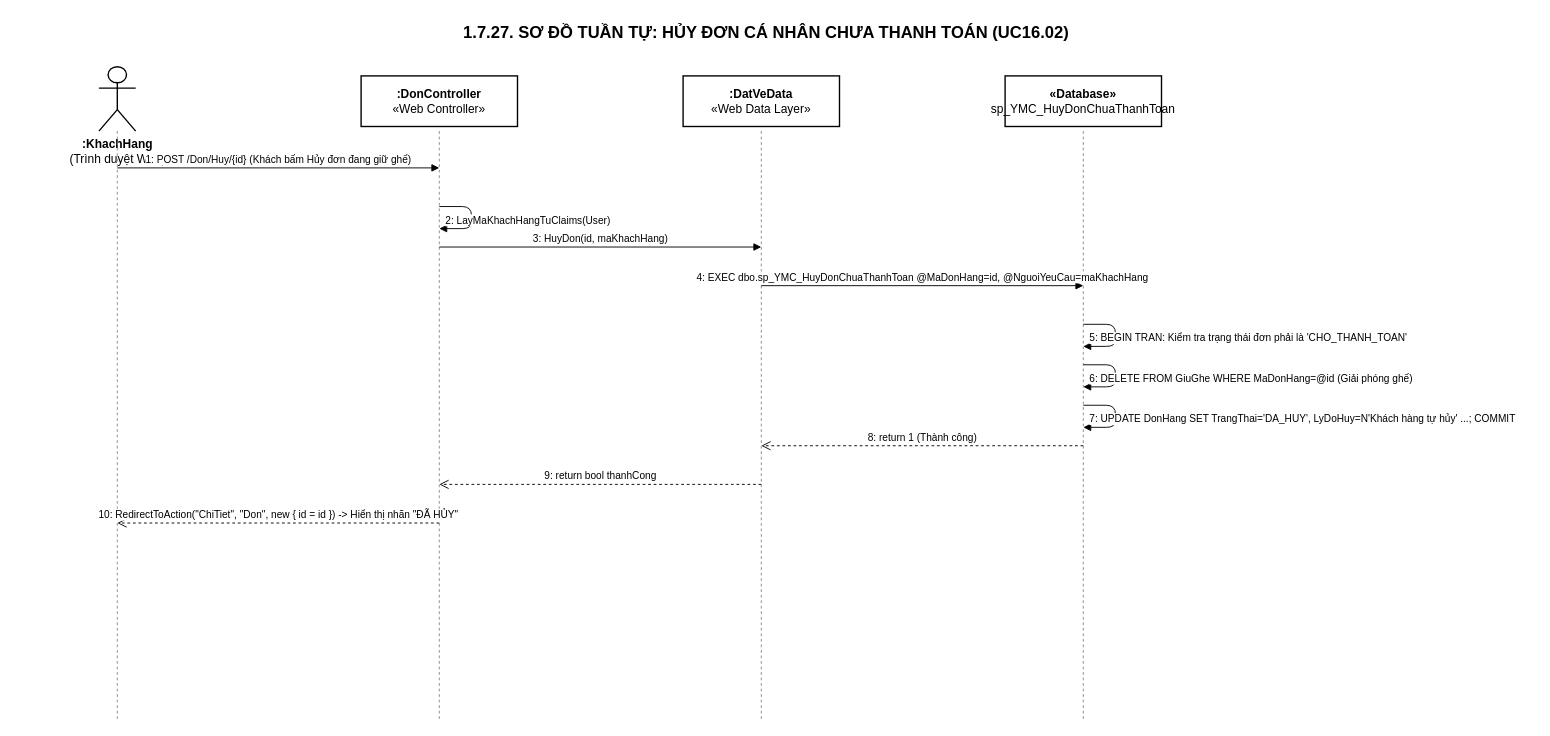
ThanhDat-png/YeuMinhEmCinema keeps this draw.io diagram as Docs/Diagrams/23-Sequence-27-HuyDonWeb.drawio. Above is the earlier version. Source tidied: cells renumbered, new cells numbered last; positions are measured from the earlier drawing's top-left corner, leaving out a move shared by most shapes. Both pictures are drawn from the tidied source at 92%, with x=0, y=0 at pixel (16, 16).
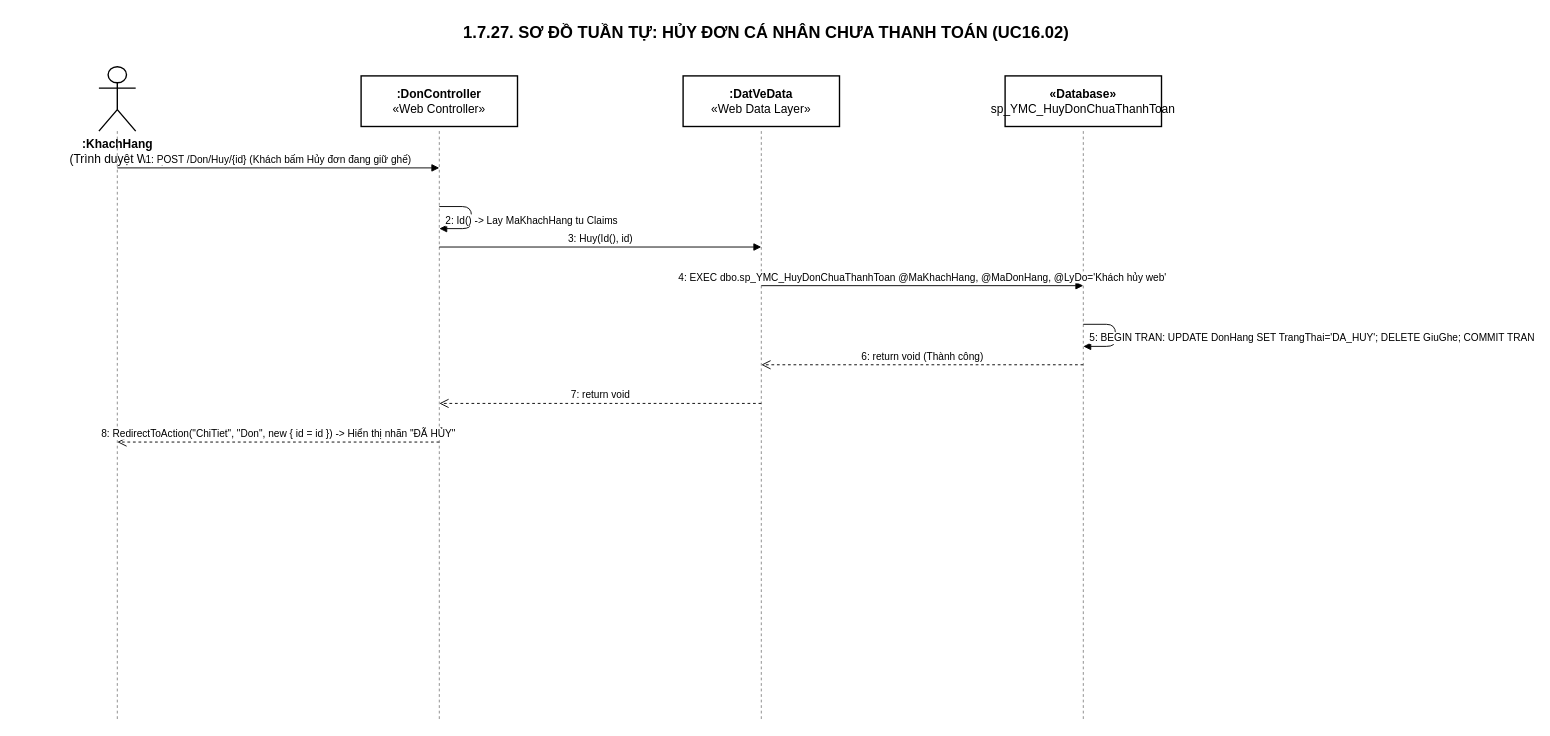
Above is the later version.

What changed in the source:
```diff
@@
-    <mxCell id="12" value="2: LayMaKhachHangTuClaims(User)" style="edgeStyle=orthogonalEdgeStyle;html=1;align=left;spacingLeft=5;verticalAlign=bottom;endArrow=block;strokeColor=#000000;fontFamily=Arial;fontSize=11;fontColor=#000000;" parent="1" edge="1">
+    <mxCell id="12" value="2: Id() -&gt; Lay MaKhachHang tu Claims" style="edgeStyle=orthogonalEdgeStyle;html=1;align=left;spacingLeft=5;verticalAlign=bottom;endArrow=block;strokeColor=#000000;fontFamily=Arial;fontSize=11;fontColor=#000000;" parent="1" edge="1">
       <mxGeometry x="1" relative="1" as="geometry">
         <mxPoint x="460" y="207" as="sourcePoint" />
         <mxPoint x="460" y="231" as="targetPoint" />
         <Array as="points">
           <mxPoint x="495" y="207" />
           <mxPoint x="495" y="231" />
         </Array>
       </mxGeometry>
     </mxCell>
-    <mxCell id="13" value="3: HuyDon(id, maKhachHang)" style="html=1;verticalAlign=bottom;endArrow=block;strokeColor=#000000;fontFamily=Arial;fontSize=11;fontColor=#000000;" parent="1" edge="1">
+    <mxCell id="13" value="3: Huy(Id(), id)" style="html=1;verticalAlign=bottom;endArrow=block;strokeColor=#000000;fontFamily=Arial;fontSize=11;fontColor=#000000;" parent="1" edge="1">
       <mxGeometry relative="1" as="geometry">
         <mxPoint x="460" y="251" as="sourcePoint" />
         <mxPoint x="810" y="251" as="targetPoint" />
       </mxGeometry>
     </mxCell>
-    <mxCell id="14" value="4: EXEC dbo.sp_YMC_HuyDonChuaThanhToan @MaDonHang=id, @NguoiYeuCau=maKhachHang" style="html=1;verticalAlign=bottom;endArrow=block;strokeColor=#000000;fontFamily=Arial;fontSize=11;fontColor=#000000;" parent="1" edge="1">
+    <mxCell id="14" value="4: EXEC dbo.sp_YMC_HuyDonChuaThanhToan @MaKhachHang, @MaDonHang, @LyDo='Khách hủy web'" style="html=1;verticalAlign=bottom;endArrow=block;strokeColor=#000000;fontFamily=Arial;fontSize=11;fontColor=#000000;" parent="1" edge="1">
       <mxGeometry relative="1" as="geometry">
         <mxPoint x="810" y="293" as="sourcePoint" />
         <mxPoint x="1160" y="293" as="targetPoint" />
       </mxGeometry>
     </mxCell>
-    <mxCell id="15" value="5: BEGIN TRAN: Kiểm tra trạng thái đơn phải là 'CHO_THANH_TOAN'" style="edgeStyle=orthogonalEdgeStyle;html=1;align=left;spacingLeft=5;verticalAlign=bottom;endArrow=block;strokeColor=#000000;fontFamily=Arial;fontSize=11;fontColor=#000000;" parent="1" edge="1">
+    <mxCell id="15" value="5: BEGIN TRAN: UPDATE DonHang SET TrangThai='DA_HUY'; DELETE GiuGhe; COMMIT TRAN" style="edgeStyle=orthogonalEdgeStyle;html=1;align=left;spacingLeft=5;verticalAlign=bottom;endArrow=block;strokeColor=#000000;fontFamily=Arial;fontSize=11;fontColor=#000000;" parent="1" edge="1">
       <mxGeometry x="1" relative="1" as="geometry">
         <mxPoint x="1160" y="335" as="sourcePoint" />
         <mxPoint x="1160" y="359" as="targetPoint" />
         <Array as="points">
           <mxPoint x="1195" y="335" />
           <mxPoint x="1195" y="359" />
         </Array>
       </mxGeometry>
     </mxCell>
-    <mxCell id="16" value="6: DELETE FROM GiuGhe WHERE MaDonHang=@id (Giải phóng ghế)" style="edgeStyle=orthogonalEdgeStyle;html=1;align=left;spacingLeft=5;verticalAlign=bottom;endArrow=block;strokeColor=#000000;fontFamily=Arial;fontSize=11;fontColor=#000000;" parent="1" edge="1">
-      <mxGeometry x="1" relative="1" as="geometry">
+    <mxCell id="16" value="6: return void (Thành công)" style="html=1;verticalAlign=bottom;endArrow=open;dashed=1;endSize=8;strokeColor=#000000;fontFamily=Arial;fontSize=11;fontColor=#000000;" parent="1" edge="1">
+      <mxGeometry relative="1" as="geometry">
         <mxPoint x="1160" y="379" as="sourcePoint" />
-        <mxPoint x="1160" y="403" as="targetPoint" />
-        <Array as="points">
-          <mxPoint x="1195" y="379" />
-          <mxPoint x="1195" y="403" />
-        </Array>
+        <mxPoint x="810" y="379" as="targetPoint" />
       </mxGeometry>
     </mxCell>
-    <mxCell id="17" value="7: UPDATE DonHang SET TrangThai='DA_HUY', LyDoHuy=N'Khách hàng tự hủy' ...; COMMIT" style="edgeStyle=orthogonalEdgeStyle;html=1;align=left;spacingLeft=5;verticalAlign=bottom;endArrow=block;strokeColor=#000000;fontFamily=Arial;fontSize=11;fontColor=#000000;" parent="1" edge="1">
-      <mxGeometry x="1" relative="1" as="geometry">
-        <mxPoint x="1160" y="423" as="sourcePoint" />
-        <mxPoint x="1160" y="447" as="targetPoint" />
-        <Array as="points">
-          <mxPoint x="1195" y="423" />
-          <mxPoint x="1195" y="447" />
-        </Array>
+    <mxCell id="17" value="7: return void" style="html=1;verticalAlign=bottom;endArrow=open;dashed=1;endSize=8;strokeColor=#000000;fontFamily=Arial;fontSize=11;fontColor=#000000;" parent="1" edge="1">
+      <mxGeometry relative="1" as="geometry">
+        <mxPoint x="810" y="421" as="sourcePoint" />
+        <mxPoint x="460" y="421" as="targetPoint" />
       </mxGeometry>
     </mxCell>
-    <mxCell id="18" value="8: return 1 (Thành công)" style="html=1;verticalAlign=bottom;endArrow=open;dashed=1;endSize=8;strokeColor=#000000;fontFamily=Arial;fontSize=11;fontColor=#000000;" parent="1" edge="1">
+    <mxCell id="18" value="8: RedirectToAction(&quot;ChiTiet&quot;, &quot;Don&quot;, new { id = id }) -&gt; Hiển thị nhãn &quot;ĐÃ HỦY&quot;" style="html=1;verticalAlign=bottom;endArrow=open;dashed=1;endSize=8;strokeColor=#000000;fontFamily=Arial;fontSize=11;fontColor=#000000;" parent="1" edge="1">
       <mxGeometry relative="1" as="geometry">
-        <mxPoint x="1160" y="467" as="sourcePoint" />
-        <mxPoint x="810" y="467" as="targetPoint" />
+        <mxPoint x="460" y="463" as="sourcePoint" />
+        <mxPoint x="110" y="463" as="targetPoint" />
       </mxGeometry>
     </mxCell>
-    <mxCell id="19" value="9: return bool thanhCong" style="html=1;verticalAlign=bottom;endArrow=open;dashed=1;endSize=8;strokeColor=#000000;fontFamily=Arial;fontSize=11;fontColor=#000000;" parent="1" edge="1">
-      <mxGeometry relative="1" as="geometry">
-        <mxPoint x="810" y="509" as="sourcePoint" />
-        <mxPoint x="460" y="509" as="targetPoint" />
-      </mxGeometry>
-    </mxCell>
-    <mxCell id="20" value="10: RedirectToAction(&quot;ChiTiet&quot;, &quot;Don&quot;, new { id = id }) -&gt; Hiển thị nhãn &quot;ĐÃ HỦY&quot;" style="html=1;verticalAlign=bottom;endArrow=open;dashed=1;endSize=8;strokeColor=#000000;fontFamily=Arial;fontSize=11;fontColor=#000000;" parent="1" edge="1">
-      <mxGeometry relative="1" as="geometry">
-        <mxPoint x="460" y="551" as="sourcePoint" />
-        <mxPoint x="110" y="551" as="targetPoint" />
-      </mxGeometry>
-    </mxCell>
```
